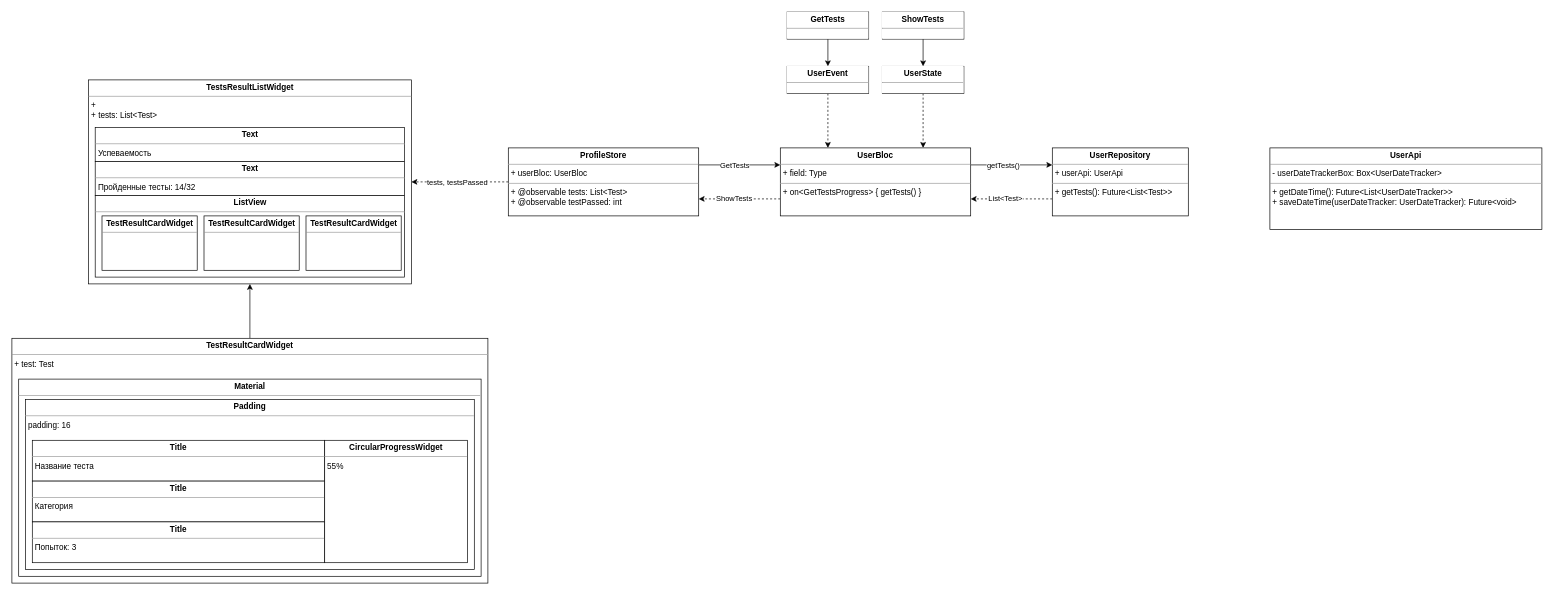
This is feature/grade_carousel.drawio from ShiryaevNikolay/diagrams, a draw.io file, before an edit. Source tidied: cells renumbered, new cells numbered last; positions are measured from the earlier drawing's top-left corner, leaving out a move shared by most shapes. Both pictures are drawn from the tidied source at 68%, with x=0, y=0 at pixel (12, 12).
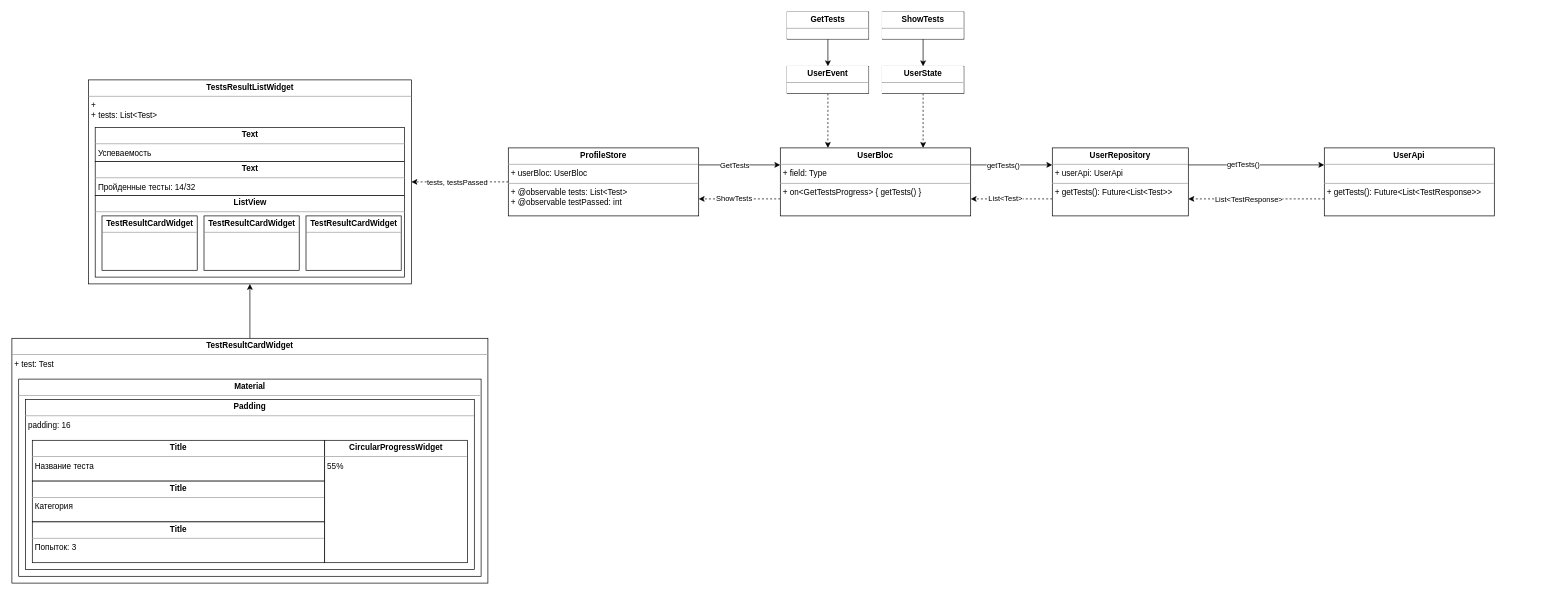
After the change.

Unchanged cells that the change refers to:
```xml
<mxCell id="37" value="&lt;p style=&quot;margin: 0px ; margin-top: 4px ; text-align: center&quot;&gt;&lt;b&gt;UserRepository&lt;/b&gt;&lt;/p&gt;&lt;hr size=&quot;1&quot;&gt;&lt;p style=&quot;margin: 0px ; margin-left: 4px&quot;&gt;+ userApi: UserApi&lt;/p&gt;&lt;hr size=&quot;1&quot;&gt;&lt;p style=&quot;margin: 0px ; margin-left: 4px&quot;&gt;+ getTests(): Future&amp;lt;List&amp;lt;Test&amp;gt;&amp;gt;&lt;/p&gt;" style="verticalAlign=top;align=left;overflow=fill;fontSize=12;fontFamily=Helvetica;html=1;fontColor=default;strokeColor=default;fillColor=default;" parent="1" vertex="1">
  <mxGeometry x="1530" y="200" width="200" height="100" as="geometry" />
</mxCell>
```

The edit, as a diff of the source:
```diff
@@
+    <mxCell id="39" style="edgeStyle=orthogonalEdgeStyle;rounded=0;jettySize=auto;html=1;exitX=1;exitY=0.25;exitDx=0;exitDy=0;entryX=0;entryY=0.25;entryDx=0;entryDy=0;" parent="1" edge="1" source="37" target="38">
+      <mxGeometry relative="1" as="geometry" />
+    </mxCell>
+    <mxCell id="40" value="getTests()" style="edgeLabel;html=1;align=center;verticalAlign=middle;" parent="39" vertex="1">
+      <mxGeometry x="-0.2" y="1" relative="1" as="geometry" />
+    </mxCell>
@@
+    <mxCell id="41" style="edgeStyle=orthogonalEdgeStyle;rounded=0;jettySize=auto;html=1;exitX=0;exitY=0.75;exitDx=0;exitDy=0;entryX=1;entryY=0.75;entryDx=0;entryDy=0;dashed=1;" parent="1" edge="1" source="38" target="37">
+      <mxGeometry relative="1" as="geometry" />
+    </mxCell>
+    <mxCell id="42" value="List&amp;lt;TestResponse&amp;gt;" style="edgeLabel;html=1;align=center;verticalAlign=middle;" parent="41" vertex="1">
+      <mxGeometry x="0.12" relative="1" as="geometry" />
+    </mxCell>
-    <mxCell id="38" value="&lt;p style=&quot;margin: 0px ; margin-top: 4px ; text-align: center&quot;&gt;&lt;b&gt;UserApi&lt;/b&gt;&lt;/p&gt;&lt;hr size=&quot;1&quot;&gt;&lt;p style=&quot;margin: 0px ; margin-left: 4px&quot;&gt;- userDateTrackerBox: Box&amp;lt;UserDateTracker&amp;gt;&lt;/p&gt;&lt;hr size=&quot;1&quot;&gt;&lt;p style=&quot;margin: 0px ; margin-left: 4px&quot;&gt;+ getDateTime(): Future&amp;lt;List&amp;lt;UserDateTracker&amp;gt;&amp;gt;&lt;/p&gt;&lt;p style=&quot;margin: 0px ; margin-left: 4px&quot;&gt;+ saveDateTime(userDateTracker: UserDateTracker): Future&amp;lt;void&amp;gt;&lt;/p&gt;" style="verticalAlign=top;align=left;overflow=fill;fontSize=12;fontFamily=Helvetica;html=1;fontColor=default;strokeColor=default;fillColor=default;" parent="1" vertex="1">
-      <mxGeometry x="1850" y="200" width="400" height="120" as="geometry" />
+    <mxCell id="38" value="&lt;p style=&quot;margin: 0px ; margin-top: 4px ; text-align: center&quot;&gt;&lt;b&gt;UserApi&lt;/b&gt;&lt;/p&gt;&lt;hr size=&quot;1&quot;&gt;&lt;p style=&quot;margin: 0px ; margin-left: 4px&quot;&gt;&lt;br&gt;&lt;/p&gt;&lt;hr size=&quot;1&quot;&gt;&lt;p style=&quot;margin: 0px ; margin-left: 4px&quot;&gt;+ getTests(): Future&amp;lt;List&amp;lt;TestResponse&amp;gt;&amp;gt;&lt;/p&gt;&lt;p style=&quot;margin: 0px ; margin-left: 4px&quot;&gt;&lt;br&gt;&lt;/p&gt;" style="verticalAlign=top;align=left;overflow=fill;fontSize=12;fontFamily=Helvetica;html=1;fontColor=default;strokeColor=default;fillColor=default;" parent="1" vertex="1">
+      <mxGeometry x="1930" y="200" width="250" height="100" as="geometry" />
     </mxCell>
```
